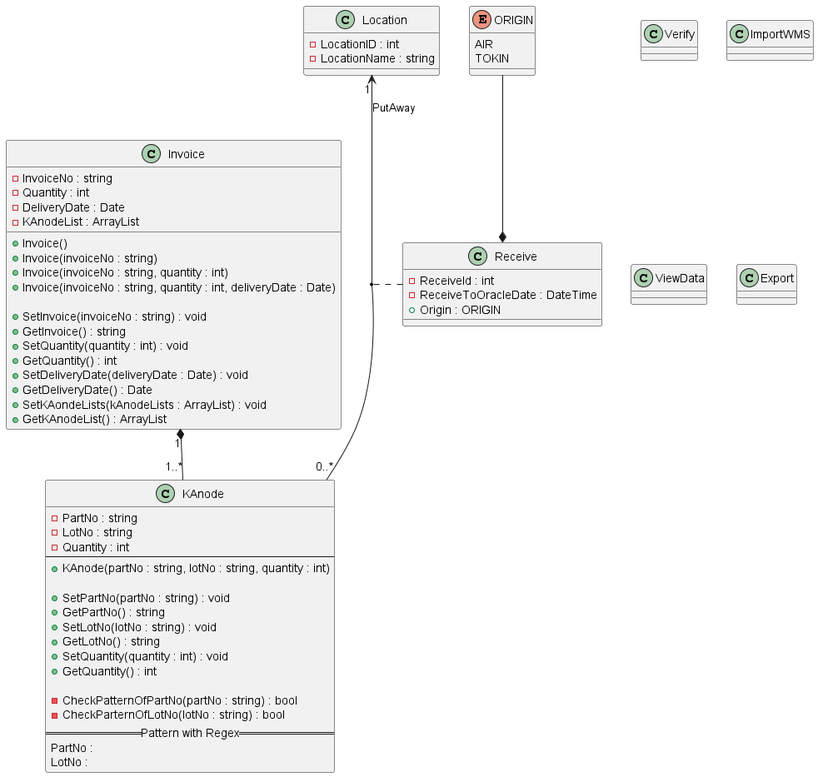
This is out/UML/Detail/Class.png from Shinodari/K-Anode-Received-Assistant-Design, a PlantUML export, as it was before one commit.
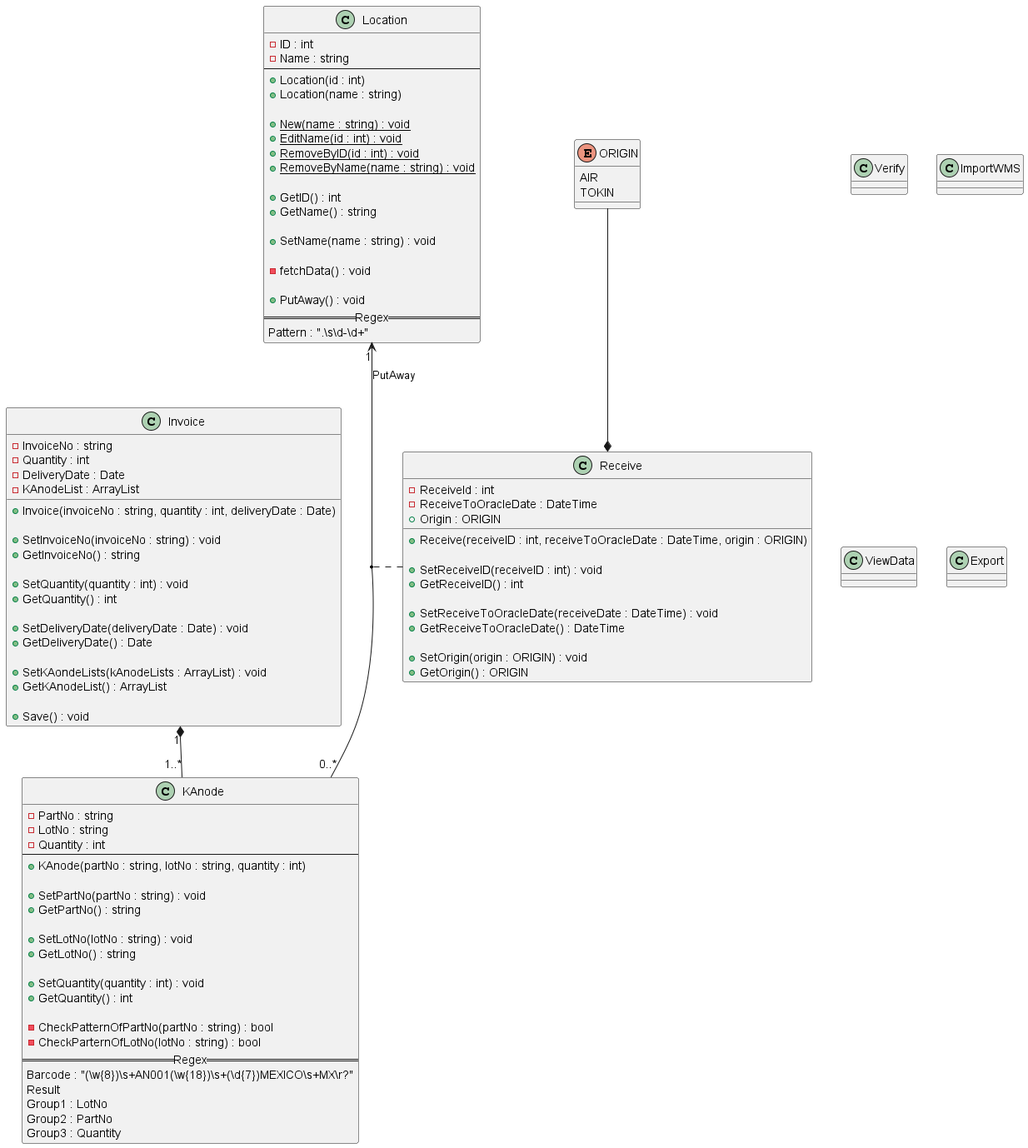
Above is the later version.

Commit message:
class: receive k-anode complete

The edit, as a diff of the source:
```diff
@@ -9,16 +9,21 @@
 
     +SetPartNo(partNo : string) : void
     +GetPartNo() : string
+
     +SetLotNo(lotNo : string) : void
     +GetLotNo() : string
+
     +SetQuantity(quantity : int) : void
     +GetQuantity() : int
 
     -CheckPatternOfPartNo(partNo : string) : bool
     -CheckParternOfLotNo(lotNo : string) : bool
-    ==Pattern with Regex==
-    PartNo :
-    LotNo :
+    ==Regex==
+    Barcode : "(\\w{8})\\s+AN001(\\w{18})\\s+(\\d{7})MEXICO\\s+MX\\r?"
+    Result
+    Group1 : LotNo
+    Group2 : PartNo
+    Group3 : Quantity
 }
 
 class Invoice{
@@ -27,25 +32,46 @@
     -DeliveryDate : Date
     -KAnodeList : ArrayList
 
-    +Invoice()
-    +Invoice(invoiceNo : string)
-    +Invoice(invoiceNo : string, quantity : int)
     +Invoice(invoiceNo : string, quantity : int, deliveryDate : Date)
 
-    +SetInvoice(invoiceNo : string) : void
-    +GetInvoice() : string
+    +SetInvoiceNo(invoiceNo : string) : void
+    +GetInvoiceNo() : string
+
     +SetQuantity(quantity : int) : void
     +GetQuantity() : int
+
     +SetDeliveryDate(deliveryDate : Date) : void
     +GetDeliveryDate() : Date
+
     +SetKAondeLists(kAnodeLists : ArrayList) : void
     +GetKAnodeList() : ArrayList
+
+    +Save() : void
 }
 Invoice "1" *-- "1..*" KAnode
 
 class Location{
-    -LocationID : int
-    -LocationName : string
+    -ID : int
+    -Name : string
+    --
+    +Location(id : int)
+    +Location(name : string)
+
+    +{static}New(name : string) : void
+    +{static}EditName(id : int) : void
+    +{static}RemoveByID(id : int) : void
+    +{static}RemoveByName(name : string) : void
+
+    +GetID() : int
+    +GetName() : string
+
+    +SetName(name : string) : void
+
+    -fetchData() : void
+
+    +PutAway() : void
+    ==Regex==
+    Pattern : ".\\s\\d-\\d+"
 }
 Location "1" <-- "0..*" KAnode : PutAway
 
@@ -58,7 +84,16 @@
     -ReceiveToOracleDate : DateTime
     +Origin : ORIGIN
 
+    +Receive(receiveID : int, receiveToOracleDate : DateTime, origin : ORIGIN)
 
+    +SetReceiveID(receiveID : int) : void
+    +GetReceiveID() : int
+
+    +SetReceiveToOracleDate(receiveDate : DateTime) : void
+    +GetReceiveToOracleDate() : DateTime
+
+    +SetOrigin(origin : ORIGIN) : void
+    +GetOrigin() : ORIGIN
 }
 ORIGIN --* Receive
 (KAnode, Location) .. Receive
```
